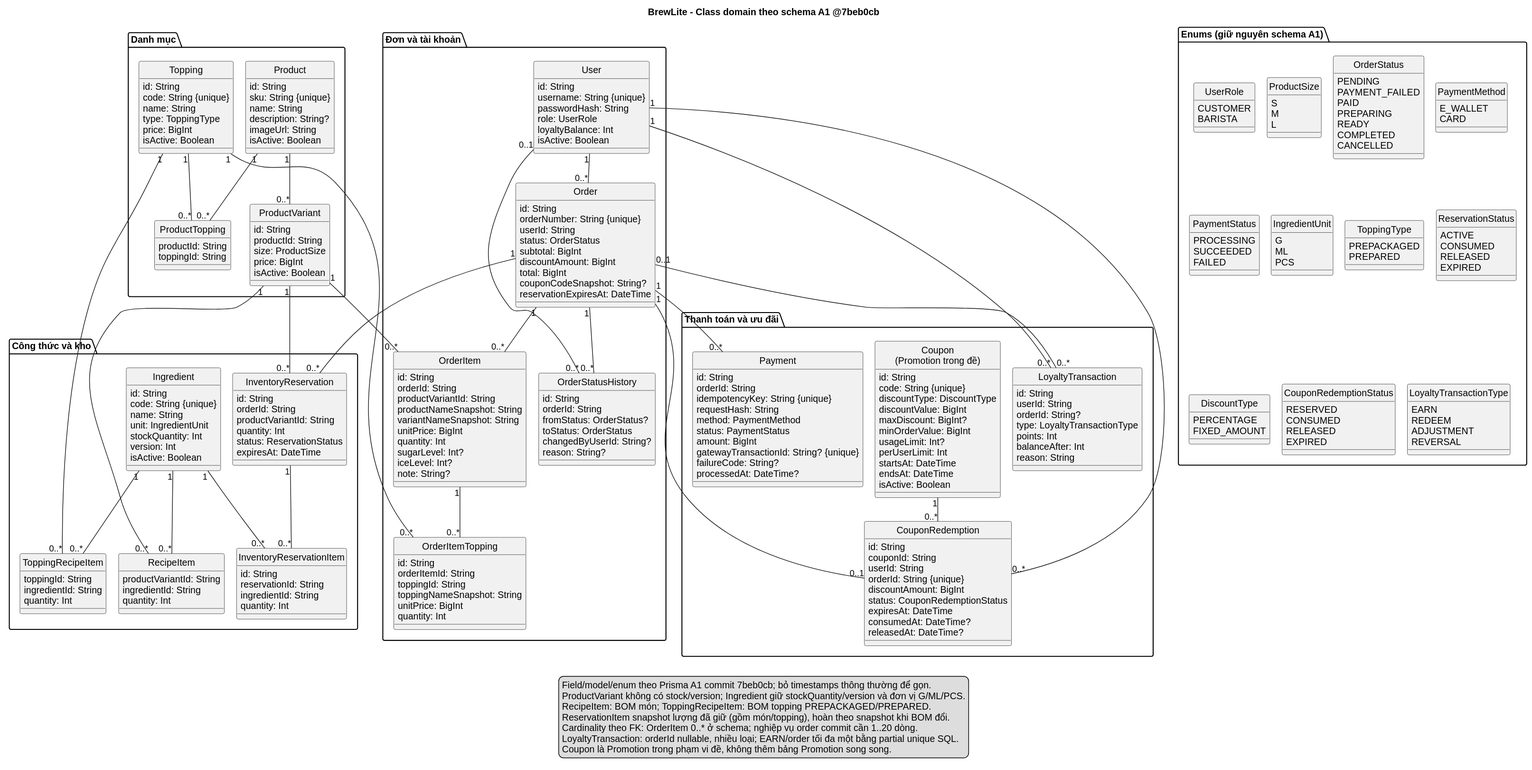
Before: docs/diagrams/class-domain.svg, a diagram exported from PlantUML (Fatcatmmb-sudo/BrewLite_A2).
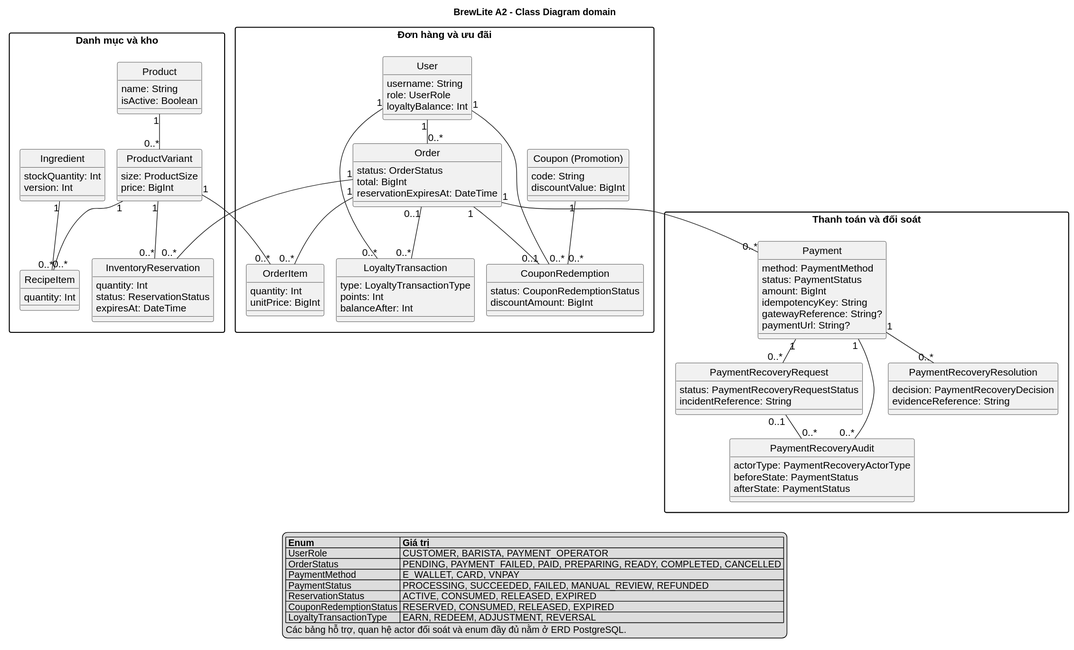
After the commit.

Diff of the diagram source:
```diff
@@ -1,263 +1,120 @@
 @startuml
 !pragma layout smetana
-title BrewLite - Class domain theo schema A1 @7beb0cb
+title BrewLite A2 - Class Diagram domain
 hide circle
 skinparam defaultFontName Arial
+skinparam defaultFontSize 15
 skinparam classAttributeIconSize 0
 skinparam shadowing false
-skinparam nodesep 40
-skinparam ranksep 55
-package "Danh mục" {
-class Product {
-  id: String
-  sku: String {unique}
-  name: String
-  description: String?
-  imageUrl: String
-  isActive: Boolean
+skinparam nodesep 19
+skinparam ranksep 25
+skinparam packageStyle rectangle
+
+package "Danh mục và kho" {
+  class Product {
+    name: String
+    isActive: Boolean
+  }
+  class ProductVariant {
+    size: ProductSize
+    price: BigInt
+  }
+  class RecipeItem {
+    quantity: Int
+  }
+  class Ingredient {
+    stockQuantity: Int
+    version: Int
+  }
+  class InventoryReservation {
+    quantity: Int
+    status: ReservationStatus
+    expiresAt: DateTime
+  }
 }
-class ProductVariant {
-  id: String
-  productId: String
-  size: ProductSize
-  price: BigInt
-  isActive: Boolean
+
+package "Đơn hàng và ưu đãi" {
+  class User {
+    username: String
+    role: UserRole
+    loyaltyBalance: Int
+  }
+  class Order {
+    status: OrderStatus
+    total: BigInt
+    reservationExpiresAt: DateTime
+  }
+  class OrderItem {
+    quantity: Int
+    unitPrice: BigInt
+  }
+  class "Coupon (Promotion)" as Coupon {
+    code: String
+    discountValue: BigInt
+  }
+  class CouponRedemption {
+    status: CouponRedemptionStatus
+    discountAmount: BigInt
+  }
+  class LoyaltyTransaction {
+    type: LoyaltyTransactionType
+    points: Int
+    balanceAfter: Int
+  }
 }
-class Topping {
-  id: String
-  code: String {unique}
-  name: String
-  type: ToppingType
-  price: BigInt
-  isActive: Boolean
+
+package "Thanh toán và đối soát" {
+  class Payment {
+    method: PaymentMethod
+    status: PaymentStatus
+    amount: BigInt
+    idempotencyKey: String
+    gatewayReference: String?
+    paymentUrl: String?
+  }
+  class PaymentRecoveryRequest {
+    status: PaymentRecoveryRequestStatus
+    incidentReference: String
+  }
+  class PaymentRecoveryAudit {
+    actorType: PaymentRecoveryActorType
+    beforeState: PaymentStatus
+    afterState: PaymentStatus
+  }
+  class PaymentRecoveryResolution {
+    decision: PaymentRecoveryDecision
+    evidenceReference: String
+  }
 }
-class ProductTopping {
-  productId: String
-  toppingId: String
-}
-}
-package "Công thức và kho" {
-class Ingredient {
-  id: String
-  code: String {unique}
-  name: String
-  unit: IngredientUnit
-  stockQuantity: Int
-  version: Int
-  isActive: Boolean
-}
-class RecipeItem {
-  productVariantId: String
-  ingredientId: String
-  quantity: Int
-}
-class ToppingRecipeItem {
-  toppingId: String
-  ingredientId: String
-  quantity: Int
-}
-class InventoryReservation {
-  id: String
-  orderId: String
-  productVariantId: String
-  quantity: Int
-  status: ReservationStatus
-  expiresAt: DateTime
-}
-class InventoryReservationItem {
-  id: String
-  reservationId: String
-  ingredientId: String
-  quantity: Int
-}
-}
-package "Đơn và tài khoản" {
-class User {
-  id: String
-  username: String {unique}
-  passwordHash: String
-  role: UserRole
-  loyaltyBalance: Int
-  isActive: Boolean
-}
-class Order {
-  id: String
-  orderNumber: String {unique}
-  userId: String
-  status: OrderStatus
-  subtotal: BigInt
-  discountAmount: BigInt
-  total: BigInt
-  couponCodeSnapshot: String?
-  reservationExpiresAt: DateTime
-}
-class OrderItem {
-  id: String
-  orderId: String
-  productVariantId: String
-  productNameSnapshot: String
-  variantNameSnapshot: String
-  unitPrice: BigInt
-  quantity: Int
-  sugarLevel: Int?
-  iceLevel: Int?
-  note: String?
-}
-class OrderItemTopping {
-  id: String
-  orderItemId: String
-  toppingId: String
-  toppingNameSnapshot: String
-  unitPrice: BigInt
-  quantity: Int
-}
-class OrderStatusHistory {
-  id: String
-  orderId: String
-  fromStatus: OrderStatus?
-  toStatus: OrderStatus
-  changedByUserId: String?
-  reason: String?
-}
-}
-package "Thanh toán và ưu đãi" {
-class Payment {
-  id: String
-  orderId: String
-  idempotencyKey: String {unique}
-  requestHash: String
-  method: PaymentMethod
-  status: PaymentStatus
-  amount: BigInt
-  gatewayTransactionId: String? {unique}
-  failureCode: String?
-  processedAt: DateTime?
-}
-class "Coupon\n(Promotion trong đề)" as Coupon {
-  id: String
-  code: String {unique}
-  discountType: DiscountType
-  discountValue: BigInt
-  maxDiscount: BigInt?
-  minOrderValue: BigInt
-  usageLimit: Int?
-  perUserLimit: Int
-  startsAt: DateTime
-  endsAt: DateTime
-  isActive: Boolean
-}
-class CouponRedemption {
-  id: String
-  couponId: String
-  userId: String
-  orderId: String {unique}
-  discountAmount: BigInt
-  status: CouponRedemptionStatus
-  expiresAt: DateTime
-  consumedAt: DateTime?
-  releasedAt: DateTime?
-}
-class LoyaltyTransaction {
-  id: String
-  userId: String
-  orderId: String?
-  type: LoyaltyTransactionType
-  points: Int
-  balanceAfter: Int
-  reason: String
-}
-}
+
 Product "1" -- "0..*" ProductVariant
 ProductVariant "1" -- "0..*" RecipeItem
 Ingredient "1" -- "0..*" RecipeItem
-Topping "1" -- "0..*" ToppingRecipeItem
-Ingredient "1" -- "0..*" ToppingRecipeItem
-Product "1" -- "0..*" ProductTopping
-Topping "1" -- "0..*" ProductTopping
+ProductVariant "1" -- "0..*" OrderItem
+ProductVariant "1" -- "0..*" InventoryReservation
 User "1" -- "0..*" Order
 Order "1" -- "0..*" OrderItem
-ProductVariant "1" -- "0..*" OrderItem
-OrderItem "1" -- "0..*" OrderItemTopping
-Topping "1" -- "0..*" OrderItemTopping
+Order "1" -- "0..*" InventoryReservation
 Order "1" -- "0..*" Payment
-Order "1" -- "0..*" OrderStatusHistory
-User "0..1" -- "0..*" OrderStatusHistory
-Order "1" -- "0..*" InventoryReservation
-ProductVariant "1" -- "0..*" InventoryReservation
-InventoryReservation "1" -- "0..*" InventoryReservationItem
-Ingredient "1" -- "0..*" InventoryReservationItem
 Coupon "1" -- "0..*" CouponRedemption
+Order "1" -- "0..1" CouponRedemption
 User "1" -- "0..*" CouponRedemption
-Order "1" -- "0..1" CouponRedemption
 User "1" -- "0..*" LoyaltyTransaction
 Order "0..1" -- "0..*" LoyaltyTransaction
-package "Enums (giữ nguyên schema A1)" {
-enum UserRole {
-  CUSTOMER
-  BARISTA
-}
-enum ProductSize {
-  S
-  M
-  L
-}
-enum OrderStatus {
-  PENDING
-  PAYMENT_FAILED
-  PAID
-  PREPARING
-  READY
-  COMPLETED
-  CANCELLED
-}
-enum PaymentMethod {
-  E_WALLET
-  CARD
-}
-enum PaymentStatus {
-  PROCESSING
-  SUCCEEDED
-  FAILED
-}
-enum IngredientUnit {
-  G
-  ML
-  PCS
-}
-enum ToppingType {
-  PREPACKAGED
-  PREPARED
-}
-enum ReservationStatus {
-  ACTIVE
-  CONSUMED
-  RELEASED
-  EXPIRED
-}
-enum DiscountType {
-  PERCENTAGE
-  FIXED_AMOUNT
-}
-enum CouponRedemptionStatus {
-  RESERVED
-  CONSUMED
-  RELEASED
-  EXPIRED
-}
-enum LoyaltyTransactionType {
-  EARN
-  REDEEM
-  ADJUSTMENT
-  REVERSAL
-}
-}
+Payment "1" -- "0..*" PaymentRecoveryRequest
+Payment "1" -- "0..*" PaymentRecoveryAudit
+Payment "1" -- "0..*" PaymentRecoveryResolution
+PaymentRecoveryRequest "0..1" -- "0..*" PaymentRecoveryAudit
+
 legend bottom
-  Field/model/enum theo Prisma A1 commit 7beb0cb; bỏ timestamps thông thường để gọn.
-  ProductVariant không có stock/version; Ingredient giữ stockQuantity/version và đơn vị G/ML/PCS.
-  RecipeItem: BOM món; ToppingRecipeItem: BOM topping PREPACKAGED/PREPARED.
-  ReservationItem snapshot lượng đã giữ (gồm món/topping), hoàn theo snapshot khi BOM đổi.
-  Cardinality theo FK: OrderItem 0..* ở schema; nghiệp vụ order commit cần 1..20 dòng.
-  LoyaltyTransaction: orderId nullable, nhiều loại; EARN/order tối đa một bằng partial unique SQL.
-  Coupon là Promotion trong phạm vi đề, không thêm bảng Promotion song song.
+  |= Enum |= Giá trị |
+  | UserRole | CUSTOMER, BARISTA, PAYMENT_OPERATOR |
+  | OrderStatus | PENDING, PAYMENT_FAILED, PAID, PREPARING, READY, COMPLETED, CANCELLED |
+  | PaymentMethod | E_WALLET, CARD, VNPAY |
+  | PaymentStatus | PROCESSING, SUCCEEDED, FAILED, MANUAL_REVIEW, REFUNDED |
+  | ReservationStatus | ACTIVE, CONSUMED, RELEASED, EXPIRED |
+  | CouponRedemptionStatus | RESERVED, CONSUMED, RELEASED, EXPIRED |
+  | LoyaltyTransactionType | EARN, REDEEM, ADJUSTMENT, REVERSAL |
+  Các bảng hỗ trợ, quan hệ actor đối soát và enum đầy đủ nằm ở ERD PostgreSQL.
 endlegend
 @enduml
```
